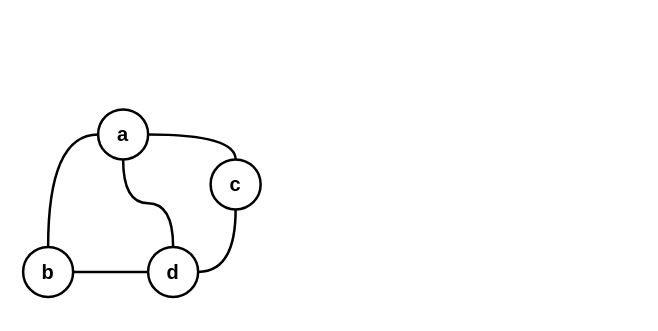
Earlier version of the draw.io diagram ds_graphs/drawio/graph.drawio (francisco-ricardo/ntm_post). Source tidied: cells renumbered, new cells numbered last; positions are measured from the earlier drawing's top-left corner, leaving out a move shared by most shapes. Both pictures are drawn from the tidied source at 125%, with x=0, y=0 at pixel (22, 109).
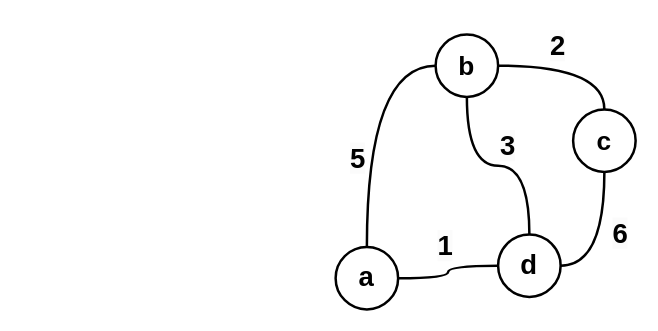
The same diagram, later.

Commit message (it also covers changes not shown here):
Keep working on graphs

Changes to be committed:
	modified:   ds_graphs/drawio/adj-list.drawio
	modified:   ds_graphs/drawio/graph.drawio

Change to the diagram source:
```diff
@@
 <mxGraphModel>
   <root>
     <mxCell id="0" />
     <mxCell id="1" parent="0" />
     <mxCell id="2" style="edgeStyle=orthogonalEdgeStyle;rounded=0;jettySize=auto;html=1;exitX=0;exitY=0.5;exitDx=0;exitDy=0;entryX=0.5;entryY=0;entryDx=0;entryDy=0;strokeWidth=2;endArrow=none;endFill=0;curved=1;" parent="1" edge="1" source="5" target="7">
       <mxGeometry relative="1" as="geometry" />
     </mxCell>
     <mxCell id="3" style="edgeStyle=orthogonalEdgeStyle;rounded=0;jettySize=auto;html=1;exitX=1;exitY=0.5;exitDx=0;exitDy=0;entryX=0.5;entryY=0;entryDx=0;entryDy=0;curved=1;strokeWidth=2;endArrow=none;endFill=0;" parent="1" edge="1" source="5" target="10">
       <mxGeometry relative="1" as="geometry" />
     </mxCell>
     <mxCell id="4" style="edgeStyle=orthogonalEdgeStyle;rounded=0;jettySize=auto;html=1;exitX=0.5;exitY=1;exitDx=0;exitDy=0;strokeWidth=2;endArrow=none;endFill=0;curved=1;" parent="1" edge="1" source="5" target="8">
       <mxGeometry relative="1" as="geometry" />
     </mxCell>
-    <mxCell id="5" value="&lt;font style=&quot;font-size: 16px;&quot;&gt;&lt;b&gt;a&lt;/b&gt;&lt;/font&gt;" style="ellipse;whiteSpace=wrap;html=1;strokeWidth=2;" parent="1" vertex="1">
-      <mxGeometry x="60" width="40" height="40" as="geometry" />
+    <mxCell id="5" value="&lt;font size=&quot;1&quot; style=&quot;&quot;&gt;&lt;b style=&quot;font-size: 21px;&quot;&gt;b&lt;/b&gt;&lt;/font&gt;" style="ellipse;whiteSpace=wrap;html=1;strokeWidth=2;" parent="1" vertex="1">
+      <mxGeometry x="330" y="-60" width="50" height="50" as="geometry" />
     </mxCell>
     <mxCell id="6" style="edgeStyle=orthogonalEdgeStyle;rounded=0;jettySize=auto;html=1;exitX=1;exitY=0.5;exitDx=0;exitDy=0;curved=1;endArrow=none;endFill=0;strokeWidth=2;" parent="1" edge="1" source="7" target="8">
       <mxGeometry relative="1" as="geometry" />
     </mxCell>
-    <mxCell id="7" value="&lt;font style=&quot;font-size: 16px;&quot;&gt;&lt;b&gt;b&lt;/b&gt;&lt;/font&gt;" style="ellipse;whiteSpace=wrap;html=1;strokeWidth=2;" parent="1" vertex="1">
-      <mxGeometry y="110" width="40" height="40" as="geometry" />
+    <mxCell id="7" value="&lt;b style=&quot;font-size: 22px;&quot;&gt;a&lt;/b&gt;" style="ellipse;whiteSpace=wrap;html=1;strokeWidth=2;" parent="1" vertex="1">
+      <mxGeometry x="250" y="110" width="50" height="50" as="geometry" />
     </mxCell>
-    <mxCell id="8" value="&lt;font style=&quot;font-size: 16px;&quot;&gt;&lt;b&gt;d&lt;/b&gt;&lt;/font&gt;" style="ellipse;whiteSpace=wrap;html=1;strokeWidth=2;" parent="1" vertex="1">
-      <mxGeometry x="100" y="110" width="40" height="40" as="geometry" />
+    <mxCell id="8" value="&lt;font size=&quot;1&quot; style=&quot;&quot;&gt;&lt;b style=&quot;font-size: 22px;&quot;&gt;d&lt;/b&gt;&lt;/font&gt;" style="ellipse;whiteSpace=wrap;html=1;strokeWidth=2;" parent="1" vertex="1">
+      <mxGeometry x="380" y="100" width="50" height="50" as="geometry" />
     </mxCell>
     <mxCell id="9" style="edgeStyle=orthogonalEdgeStyle;rounded=0;jettySize=auto;html=1;exitX=0.5;exitY=1;exitDx=0;exitDy=0;entryX=1;entryY=0.5;entryDx=0;entryDy=0;curved=1;strokeWidth=2;endArrow=none;endFill=0;" parent="1" edge="1" source="10" target="8">
       <mxGeometry relative="1" as="geometry" />
     </mxCell>
-    <mxCell id="10" value="&lt;font style=&quot;font-size: 16px;&quot;&gt;&lt;b&gt;c&lt;/b&gt;&lt;/font&gt;" style="ellipse;whiteSpace=wrap;html=1;strokeWidth=2;" parent="1" vertex="1">
-      <mxGeometry x="150" y="40" width="40" height="40" as="geometry" />
+    <mxCell id="10" value="&lt;font size=&quot;1&quot; style=&quot;&quot;&gt;&lt;b style=&quot;font-size: 21px;&quot;&gt;c&lt;/b&gt;&lt;/font&gt;" style="ellipse;whiteSpace=wrap;html=1;strokeWidth=2;" parent="1" vertex="1">
+      <mxGeometry x="440" width="50" height="50" as="geometry" />
     </mxCell>
+    <mxCell id="11" value="&lt;b style=&quot;forced-color-adjust: none; color: rgb(0, 0, 0); font-family: Helvetica; font-style: normal; font-variant-ligatures: normal; font-variant-caps: normal; letter-spacing: normal; orphans: 2; text-align: center; text-indent: 0px; text-transform: none; widows: 2; word-spacing: 0px; -webkit-text-stroke-width: 0px; white-space: normal; background-color: rgb(251, 251, 251); text-decoration-thickness: initial; text-decoration-style: initial; text-decoration-color: initial; font-size: 22px;&quot;&gt;1&lt;/b&gt;" style="text;whiteSpace=wrap;html=1;" parent="1" vertex="1">
+      <mxGeometry x="330" y="90" width="20" height="30" as="geometry" />
+    </mxCell>
+    <mxCell id="12" value="&lt;b style=&quot;forced-color-adjust: none; color: rgb(0, 0, 0); font-family: Helvetica; font-style: normal; font-variant-ligatures: normal; font-variant-caps: normal; letter-spacing: normal; orphans: 2; text-align: center; text-indent: 0px; text-transform: none; widows: 2; word-spacing: 0px; -webkit-text-stroke-width: 0px; white-space: normal; background-color: rgb(251, 251, 251); text-decoration-thickness: initial; text-decoration-style: initial; text-decoration-color: initial; font-size: 22px;&quot;&gt;6&lt;/b&gt;" style="text;whiteSpace=wrap;html=1;" parent="1" vertex="1">
+      <mxGeometry x="470" y="80" width="20" height="30" as="geometry" />
+    </mxCell>
+    <mxCell id="13" value="&lt;b style=&quot;forced-color-adjust: none; color: rgb(0, 0, 0); font-family: Helvetica; font-style: normal; font-variant-ligatures: normal; font-variant-caps: normal; letter-spacing: normal; orphans: 2; text-align: center; text-indent: 0px; text-transform: none; widows: 2; word-spacing: 0px; -webkit-text-stroke-width: 0px; white-space: normal; background-color: rgb(251, 251, 251); text-decoration-thickness: initial; text-decoration-style: initial; text-decoration-color: initial; font-size: 22px;&quot;&gt;5&lt;/b&gt;" style="text;whiteSpace=wrap;html=1;" parent="1" vertex="1">
+      <mxGeometry x="260" y="20" width="20" height="30" as="geometry" />
+    </mxCell>
+    <mxCell id="14" value="&lt;b style=&quot;forced-color-adjust: none; color: rgb(0, 0, 0); font-family: Helvetica; font-style: normal; font-variant-ligatures: normal; font-variant-caps: normal; letter-spacing: normal; orphans: 2; text-align: center; text-indent: 0px; text-transform: none; widows: 2; word-spacing: 0px; -webkit-text-stroke-width: 0px; white-space: normal; background-color: rgb(251, 251, 251); text-decoration-thickness: initial; text-decoration-style: initial; text-decoration-color: initial; font-size: 22px;&quot;&gt;3&lt;/b&gt;" style="text;whiteSpace=wrap;html=1;" parent="1" vertex="1">
+      <mxGeometry x="380" y="10" width="20" height="30" as="geometry" />
+    </mxCell>
+    <mxCell id="15" value="&lt;b style=&quot;forced-color-adjust: none; color: rgb(0, 0, 0); font-family: Helvetica; font-style: normal; font-variant-ligatures: normal; font-variant-caps: normal; letter-spacing: normal; orphans: 2; text-align: center; text-indent: 0px; text-transform: none; widows: 2; word-spacing: 0px; -webkit-text-stroke-width: 0px; white-space: normal; background-color: rgb(251, 251, 251); text-decoration-thickness: initial; text-decoration-style: initial; text-decoration-color: initial; font-size: 22px;&quot;&gt;2&lt;/b&gt;" style="text;whiteSpace=wrap;html=1;" parent="1" vertex="1">
+      <mxGeometry x="420" y="-70" width="20" height="30" as="geometry" />
+    </mxCell>
   </root>
 </mxGraphModel>
```
